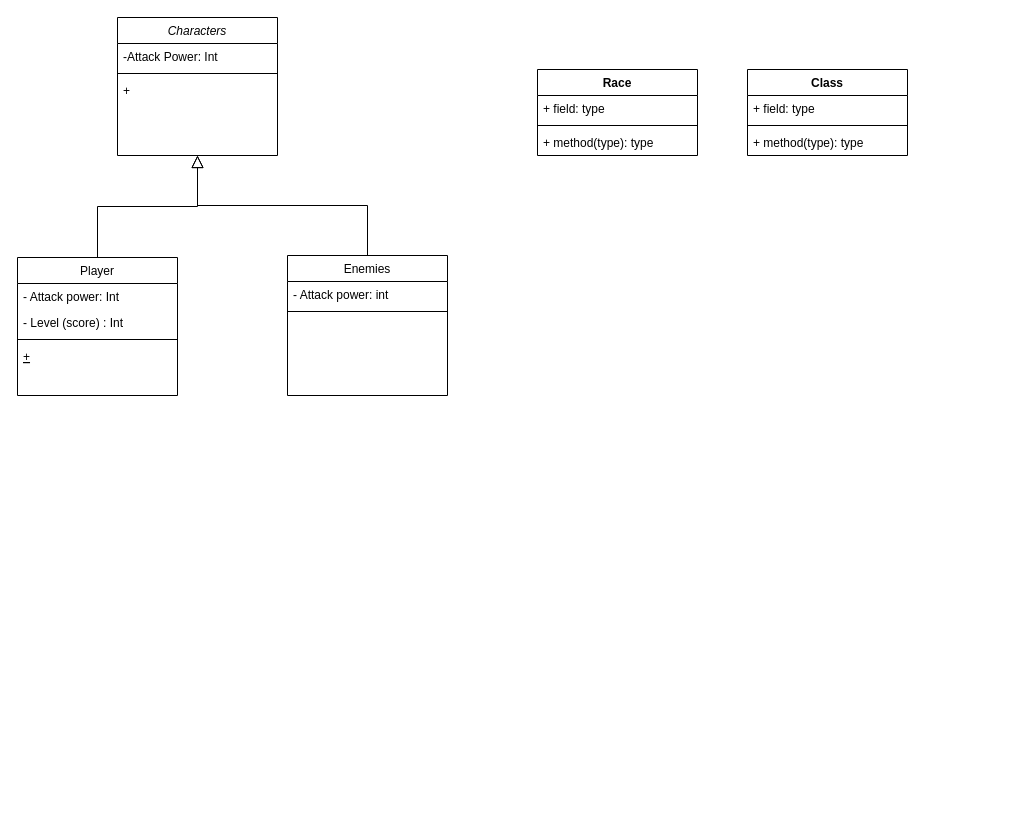
Before: Namnlöst diagram.drawio in Rappich/SUVx24_Grupp3, a draw.io diagram. Source tidied: cells renumbered, new cells numbered last; positions are measured from the earlier drawing's top-left corner, leaving out a move shared by most shapes. Both pictures are drawn from the tidied source at 100%, with x=0, y=0 at pixel (17, 17).
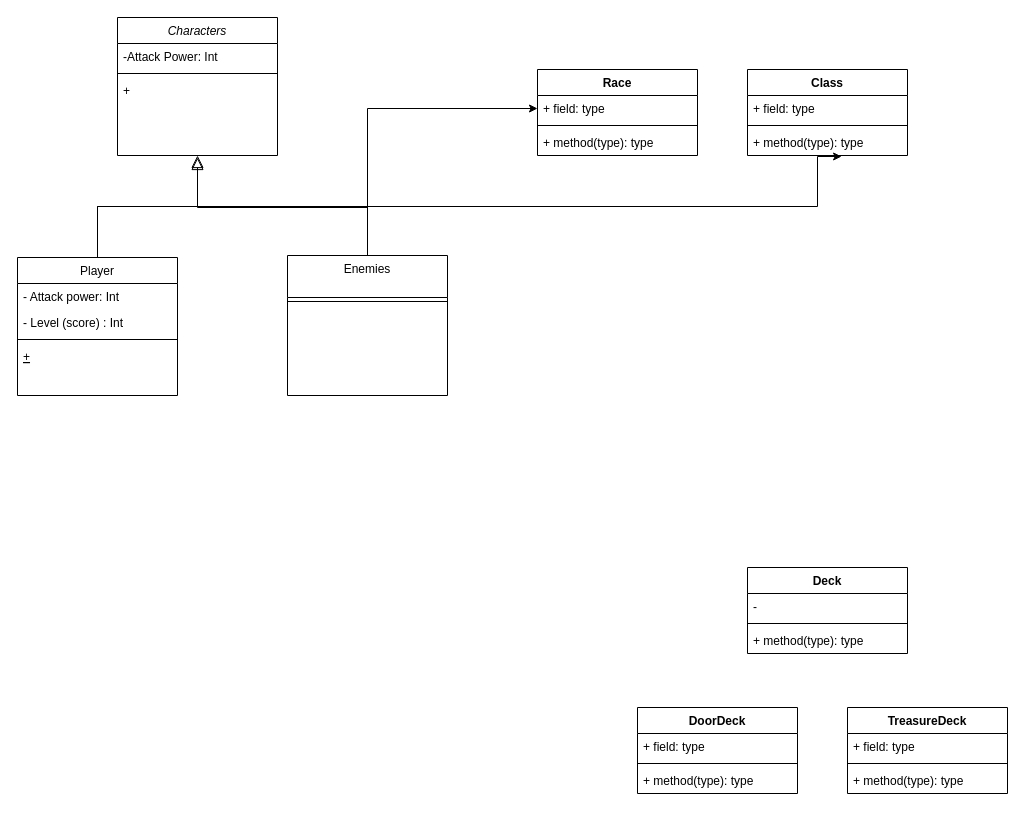
After the change.

Unchanged cells that the change refers to:
```xml
<mxCell id="2" value="Characters" style="swimlane;fontStyle=2;align=center;verticalAlign=top;horizontal=1;startSize=26;rounded=0;shadow=0;strokeWidth=1;" parent="1" vertex="1">
  <mxGeometry x="100" width="160" height="138" as="geometry" />
</mxCell>
<mxCell id="6" value="Player" style="swimlane;fontStyle=0;align=center;verticalAlign=top;horizontal=1;startSize=26;rounded=0;shadow=0;strokeWidth=1;" parent="1" vertex="1">
  <mxGeometry y="240" width="160" height="138" as="geometry" />
</mxCell>
<mxCell id="17" value="+ field: type" style="text;strokeColor=none;fillColor=none;align=left;verticalAlign=top;spacingLeft=4;spacingRight=4;overflow=hidden;points=[[0,0.5],[1,0.5]];portConstraint=eastwest;whiteSpace=wrap;html=1;" parent="16" vertex="1">
  <mxGeometry y="26" width="160" height="26" as="geometry" />
</mxCell>
<mxCell id="23" value="+ method(type): type" style="text;strokeColor=none;fillColor=none;align=left;verticalAlign=top;spacingLeft=4;spacingRight=4;overflow=hidden;points=[[0,0.5],[1,0.5]];portConstraint=eastwest;whiteSpace=wrap;html=1;" parent="20" vertex="1">
  <mxGeometry y="60" width="160" height="26" as="geometry" />
</mxCell>
```

The edit, as a diff of the source:
```diff
@@
+    <mxCell id="24" style="edgeStyle=orthogonalEdgeStyle;rounded=0;jettySize=auto;html=1;entryX=0;entryY=0.5;entryDx=0;entryDy=0;" parent="1" edge="1" source="12" target="17">
+      <mxGeometry relative="1" as="geometry" />
+    </mxCell>
-    <mxCell id="12" value="Enemies" style="swimlane;fontStyle=0;align=center;verticalAlign=top;horizontal=1;startSize=26;rounded=0;shadow=0;strokeWidth=1;" parent="1" vertex="1">
+    <mxCell id="12" value="Enemies" style="swimlane;fontStyle=0;align=center;verticalAlign=top;horizontal=1;startSize=42;rounded=0;shadow=0;strokeWidth=1;" parent="1" vertex="1">
       <mxGeometry x="270" y="238" width="160" height="140" as="geometry" />
     </mxCell>
-    <mxCell id="13" value="- Attack power: int" style="text;align=left;verticalAlign=top;spacingLeft=4;spacingRight=4;overflow=hidden;" parent="12" vertex="1">
-      <mxGeometry y="26" width="160" height="26" as="geometry" />
-    </mxCell>
     <mxCell id="14" style="line;html=1;strokeWidth=1;align=left;verticalAlign=middle;spacingTop=-1;spacingLeft=3;spacingRight=3;labelPosition=right;" parent="12" vertex="1">
-      <mxGeometry y="52" width="160" height="8" as="geometry" />
+      <mxGeometry y="42" width="160" height="8" as="geometry" />
     </mxCell>
-    <mxCell id="15" style="endArrow=block;endSize=10;endFill=0;shadow=0;strokeWidth=1;rounded=0;curved=0;edgeStyle=elbowEdgeStyle;elbow=vertical;" parent="1" edge="1" source="12" target="2">
-      <mxGeometry relative="1" as="geometry" />
+    <mxCell id="15" style="endArrow=block;endSize=10;endFill=0;shadow=0;strokeWidth=1;rounded=0;curved=0;edgeStyle=elbowEdgeStyle;elbow=vertical;" parent="1" edge="1">
+      <mxGeometry relative="1" as="geometry">
+        <mxPoint x="350" y="200" as="sourcePoint" />
+        <mxPoint x="180" y="140" as="targetPoint" />
+        <Array as="points">
+          <mxPoint x="180" y="190" />
+        </Array>
+      </mxGeometry>
     </mxCell>
@@
+    <mxCell id="25" value="Deck" style="swimlane;fontStyle=1;align=center;verticalAlign=top;horizontal=1;startSize=26;whiteSpace=wrap;html=1;" parent="1" vertex="1">
+      <mxGeometry x="730" y="550" width="160" height="86" as="geometry" />
+    </mxCell>
+    <mxCell id="26" value="-" style="text;strokeColor=none;fillColor=none;align=left;verticalAlign=top;spacingLeft=4;spacingRight=4;overflow=hidden;whiteSpace=wrap;html=1;" parent="25" vertex="1">
+      <mxGeometry y="26" width="160" height="26" as="geometry" />
+    </mxCell>
+    <mxCell id="27" style="line;strokeWidth=1;fillColor=none;align=left;verticalAlign=middle;spacingTop=-1;spacingLeft=3;spacingRight=3;labelPosition=right;strokeColor=inherit;" parent="25" vertex="1">
+      <mxGeometry y="52" width="160" height="8" as="geometry" />
+    </mxCell>
+    <mxCell id="28" value="+ method(type): type" style="text;strokeColor=none;fillColor=none;align=left;verticalAlign=top;spacingLeft=4;spacingRight=4;overflow=hidden;whiteSpace=wrap;html=1;" parent="25" vertex="1">
+      <mxGeometry y="60" width="160" height="26" as="geometry" />
+    </mxCell>
+    <mxCell id="29" value="DoorDeck" style="swimlane;fontStyle=1;align=center;verticalAlign=top;horizontal=1;startSize=26;whiteSpace=wrap;html=1;" parent="1" vertex="1">
+      <mxGeometry x="620" y="690" width="160" height="86" as="geometry" />
+    </mxCell>
+    <mxCell id="30" value="+ field: type" style="text;strokeColor=none;fillColor=none;align=left;verticalAlign=top;spacingLeft=4;spacingRight=4;overflow=hidden;whiteSpace=wrap;html=1;" parent="29" vertex="1">
+      <mxGeometry y="26" width="160" height="26" as="geometry" />
+    </mxCell>
+    <mxCell id="31" style="line;strokeWidth=1;fillColor=none;align=left;verticalAlign=middle;spacingTop=-1;spacingLeft=3;spacingRight=3;labelPosition=right;strokeColor=inherit;" parent="29" vertex="1">
+      <mxGeometry y="52" width="160" height="8" as="geometry" />
+    </mxCell>
+    <mxCell id="32" value="+ method(type): type" style="text;strokeColor=none;fillColor=none;align=left;verticalAlign=top;spacingLeft=4;spacingRight=4;overflow=hidden;whiteSpace=wrap;html=1;" parent="29" vertex="1">
+      <mxGeometry y="60" width="160" height="26" as="geometry" />
+    </mxCell>
+    <mxCell id="33" value="TreasureDeck" style="swimlane;fontStyle=1;align=center;verticalAlign=top;horizontal=1;startSize=26;whiteSpace=wrap;html=1;" parent="1" vertex="1">
+      <mxGeometry x="830" y="690" width="160" height="86" as="geometry" />
+    </mxCell>
+    <mxCell id="34" value="+ field: type" style="text;strokeColor=none;fillColor=none;align=left;verticalAlign=top;spacingLeft=4;spacingRight=4;overflow=hidden;whiteSpace=wrap;html=1;" parent="33" vertex="1">
+      <mxGeometry y="26" width="160" height="26" as="geometry" />
+    </mxCell>
+    <mxCell id="35" style="line;strokeWidth=1;fillColor=none;align=left;verticalAlign=middle;spacingTop=-1;spacingLeft=3;spacingRight=3;labelPosition=right;strokeColor=inherit;" parent="33" vertex="1">
+      <mxGeometry y="52" width="160" height="8" as="geometry" />
+    </mxCell>
+    <mxCell id="36" value="+ method(type): type" style="text;strokeColor=none;fillColor=none;align=left;verticalAlign=top;spacingLeft=4;spacingRight=4;overflow=hidden;whiteSpace=wrap;html=1;" parent="33" vertex="1">
+      <mxGeometry y="60" width="160" height="26" as="geometry" />
+    </mxCell>
+    <mxCell id="37" style="edgeStyle=orthogonalEdgeStyle;rounded=0;jettySize=auto;html=1;entryX=0.588;entryY=1.038;entryDx=0;entryDy=0;entryPerimeter=0;" parent="1" edge="1" source="6" target="23">
+      <mxGeometry relative="1" as="geometry">
+        <Array as="points">
+          <mxPoint x="80" y="189" />
+          <mxPoint x="800" y="189" />
+          <mxPoint x="800" y="139" />
+        </Array>
+      </mxGeometry>
+    </mxCell>
```
